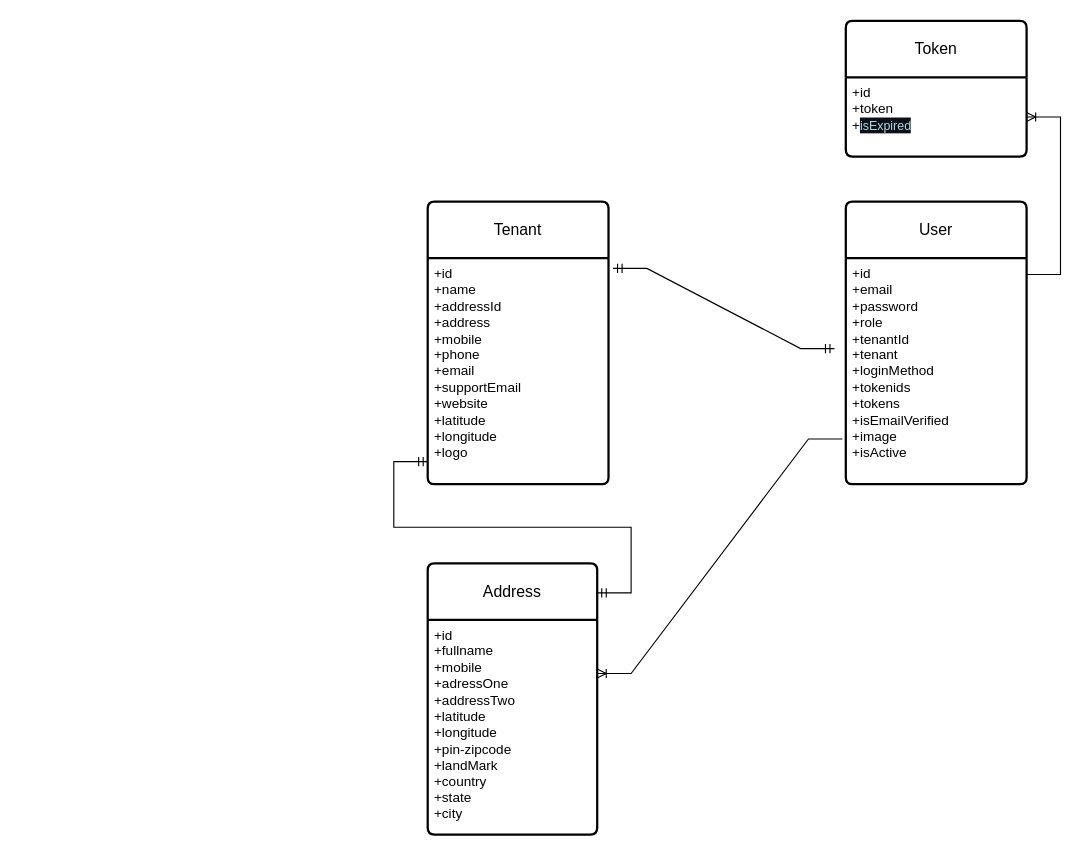
Above: page "ENTITIES" (2 of 2) of tenant_flow.drawio in chathothsandeep/city-workspace (draw.io), before the change. Source tidied: cells renumbered, new cells numbered last; positions are measured from the earlier drawing's top-left corner, leaving out a move shared by most shapes. Both pictures are drawn from the tidied source at 113%, with x=0, y=0 at pixel (427, 20).
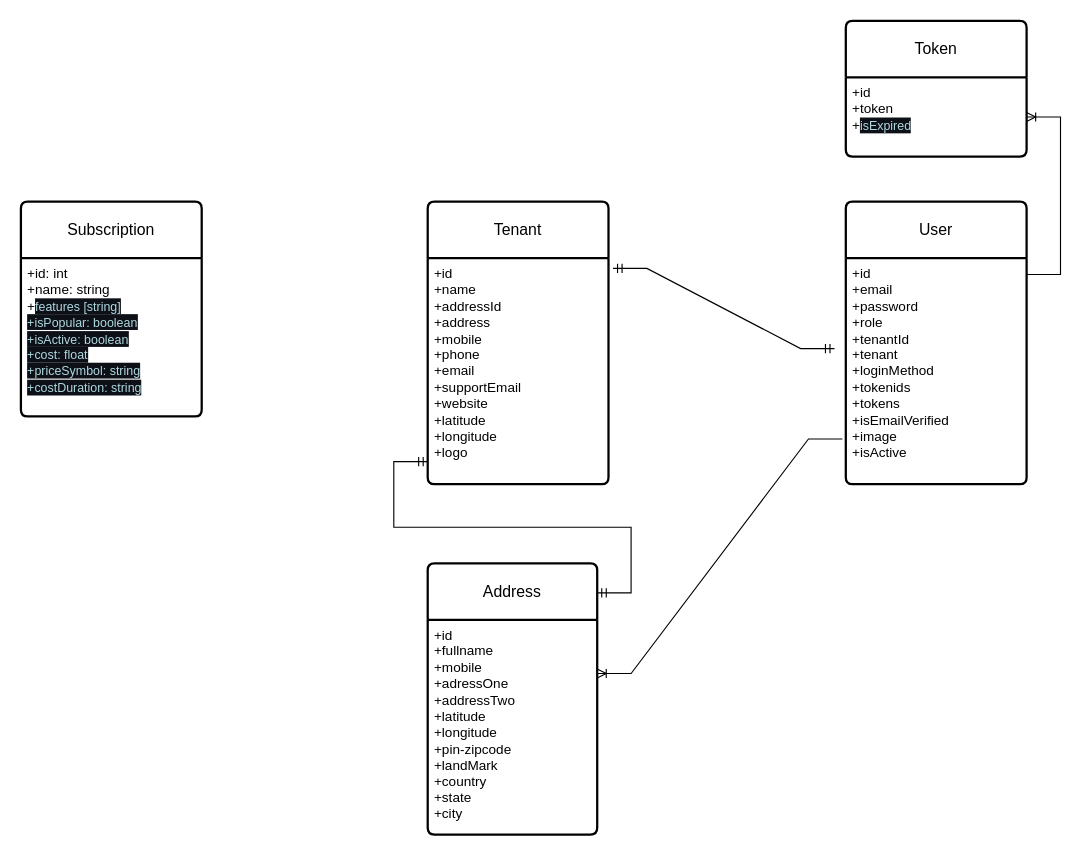
The same diagram, later.

Diff of the diagram source:
```diff
@@
 <mxGraphModel>
   <root>
     <mxCell id="0" />
     <mxCell id="1" parent="0" />
     <mxCell id="2" value="User" style="swimlane;horizontal=1;startSize=50;rounded=1;fontSize=14;fontStyle=0;strokeWidth=2;shadow=0;dashed=0;align=center;arcSize=4;whiteSpace=wrap;html=1;" parent="1" vertex="1">
       <mxGeometry x="370" y="160" width="160" height="250" as="geometry" />
     </mxCell>
     <mxCell id="3" value="+id&lt;div&gt;+email&lt;br&gt;+password&lt;br&gt;+role&lt;div&gt;+tenantId&lt;/div&gt;&lt;div&gt;+tenant&lt;/div&gt;&lt;div&gt;+loginMethod&lt;/div&gt;&lt;div&gt;+tokenids&lt;/div&gt;&lt;div&gt;+tokens&lt;/div&gt;&lt;div&gt;+isEmailVerified&lt;/div&gt;&lt;div&gt;+image&lt;/div&gt;&lt;div&gt;+isActive&lt;/div&gt;&lt;/div&gt;" style="align=left;strokeColor=none;fillColor=none;spacingLeft=4;spacingRight=4;fontSize=12;verticalAlign=top;html=1;whiteSpace=wrap;" parent="2" vertex="1">
       <mxGeometry y="50" width="160" height="200" as="geometry" />
     </mxCell>
     <mxCell id="4" style="edgeStyle=orthogonalEdgeStyle;rounded=0;orthogonalLoop=1;jettySize=auto;html=1;exitX=0.5;exitY=1;exitDx=0;exitDy=0;" parent="2" edge="1" source="3" target="3">
       <mxGeometry relative="1" as="geometry" />
     </mxCell>
     <mxCell id="5" value="Tenant" style="swimlane;horizontal=1;startSize=50;rounded=1;fontSize=14;fontStyle=0;strokeWidth=2;shadow=0;dashed=0;align=center;arcSize=4;whiteSpace=wrap;html=1;" parent="1" vertex="1">
       <mxGeometry y="160" width="160" height="250" as="geometry" />
     </mxCell>
     <mxCell id="6" value="+id&lt;br&gt;+name&lt;br&gt;+addressId&lt;div&gt;+address&lt;/div&gt;&lt;div&gt;+mobile&lt;/div&gt;&lt;div&gt;+phone&lt;/div&gt;&lt;div&gt;+email&lt;/div&gt;&lt;div&gt;+supportEmail&lt;/div&gt;&lt;div&gt;+website&lt;/div&gt;&lt;div&gt;+latitude&lt;/div&gt;&lt;div&gt;+longitude&lt;/div&gt;&lt;div&gt;+logo&lt;/div&gt;" style="align=left;strokeColor=none;fillColor=none;spacingLeft=4;spacingRight=4;fontSize=12;verticalAlign=top;html=1;whiteSpace=wrap;" parent="5" vertex="1">
       <mxGeometry y="50" width="160" height="200" as="geometry" />
     </mxCell>
     <mxCell id="7" style="edgeStyle=entityRelationEdgeStyle;fontSize=12;html=1;endArrow=ERmandOne;startArrow=ERmandOne;rounded=0;exitX=1.025;exitY=0.045;exitDx=0;exitDy=0;exitPerimeter=0;" parent="1" edge="1" source="6">
       <mxGeometry relative="1" as="geometry">
         <mxPoint x="360" y="290" as="targetPoint" />
       </mxGeometry>
     </mxCell>
     <mxCell id="8" value="Token" style="swimlane;horizontal=1;startSize=50;rounded=1;fontSize=14;fontStyle=0;strokeWidth=2;shadow=0;dashed=0;align=center;arcSize=4;whiteSpace=wrap;html=1;" parent="1" vertex="1">
       <mxGeometry x="370" width="160" height="120" as="geometry" />
     </mxCell>
     <mxCell id="9" value="+id&lt;br&gt;+token&lt;br&gt;+&lt;span style=&quot;color: rgb(177, 216, 225); background-color: rgb(13, 17, 23); white-space: pre;&quot;&gt;&lt;font face=&quot;Helvetica&quot; style=&quot;font-size: 11px;&quot;&gt;isExpired&lt;/font&gt;&lt;/span&gt;" style="align=left;strokeColor=none;fillColor=none;spacingLeft=4;spacingRight=4;fontSize=12;verticalAlign=top;html=1;whiteSpace=wrap;" parent="8" vertex="1">
       <mxGeometry y="50" width="160" height="70" as="geometry" />
     </mxCell>
     <mxCell id="10" style="edgeStyle=entityRelationEdgeStyle;fontSize=12;html=1;endArrow=ERoneToMany;rounded=0;exitX=1;exitY=0.072;exitDx=0;exitDy=0;exitPerimeter=0;" parent="1" edge="1" source="3" target="9">
       <mxGeometry relative="1" as="geometry">
         <Array as="points">
           <mxPoint x="1030" y="110" />
         </Array>
       </mxGeometry>
     </mxCell>
     <mxCell id="11" value="Address" style="swimlane;horizontal=1;startSize=50;rounded=1;fontSize=14;fontStyle=0;strokeWidth=2;shadow=0;dashed=0;align=center;arcSize=4;whiteSpace=wrap;html=1;" parent="1" vertex="1">
       <mxGeometry y="480" width="150" height="240" as="geometry" />
     </mxCell>
     <mxCell id="12" value="+id&lt;br&gt;+fullname&lt;div&gt;+mobile&lt;br&gt;+adressOne&lt;div&gt;+addressTwo&lt;/div&gt;&lt;div&gt;+latitude&lt;/div&gt;&lt;div&gt;+longitude&lt;/div&gt;&lt;div&gt;+pin-zipcode&lt;/div&gt;&lt;div&gt;+landMark&lt;/div&gt;&lt;div&gt;+country&lt;/div&gt;&lt;div&gt;+state&lt;/div&gt;&lt;/div&gt;&lt;div&gt;+city&lt;/div&gt;" style="align=left;strokeColor=none;fillColor=none;spacingLeft=4;spacingRight=4;fontSize=12;verticalAlign=top;html=1;whiteSpace=wrap;" parent="11" vertex="1">
       <mxGeometry y="50" width="150" height="190" as="geometry" />
     </mxCell>
     <mxCell id="13" style="edgeStyle=entityRelationEdgeStyle;fontSize=12;html=1;endArrow=ERoneToMany;rounded=0;entryX=1;entryY=0.25;entryDx=0;entryDy=0;exitX=-0.019;exitY=0.8;exitDx=0;exitDy=0;exitPerimeter=0;" parent="1" edge="1" source="3" target="12">
       <mxGeometry relative="1" as="geometry" />
     </mxCell>
     <mxCell id="14" style="edgeStyle=entityRelationEdgeStyle;fontSize=12;html=1;endArrow=ERmandOne;startArrow=ERmandOne;rounded=0;exitX=1;exitY=0.109;exitDx=0;exitDy=0;exitPerimeter=0;" parent="1" edge="1" source="11">
       <mxGeometry relative="1" as="geometry">
         <mxPoint y="390" as="targetPoint" />
       </mxGeometry>
     </mxCell>
+    <mxCell id="15" value="Subscription" style="swimlane;horizontal=1;startSize=50;rounded=1;fontSize=14;fontStyle=0;strokeWidth=2;shadow=0;dashed=0;align=center;arcSize=4;whiteSpace=wrap;html=1;" parent="1" vertex="1">
+      <mxGeometry x="-360" y="160" width="160" height="190" as="geometry" />
+    </mxCell>
+    <mxCell id="16" value="+id: int&lt;br&gt;+name: string&lt;br&gt;+&lt;span style=&quot;color: rgb(177, 216, 225); background-color: rgb(13, 17, 23); white-space: pre;&quot;&gt;&lt;font face=&quot;Helvetica&quot; style=&quot;font-size: 11px;&quot;&gt;features [string]&lt;/font&gt;&lt;/span&gt;&lt;div&gt;&lt;span style=&quot;color: rgb(177, 216, 225); background-color: rgb(13, 17, 23); white-space: pre;&quot;&gt;&lt;font face=&quot;Helvetica&quot; style=&quot;font-size: 11px;&quot;&gt;+isPopular: boolean&lt;/font&gt;&lt;/span&gt;&lt;/div&gt;&lt;div&gt;&lt;span style=&quot;color: rgb(177, 216, 225); background-color: rgb(13, 17, 23); white-space: pre;&quot;&gt;&lt;font face=&quot;Helvetica&quot; style=&quot;font-size: 11px;&quot;&gt;+isActive: boolean&lt;/font&gt;&lt;/span&gt;&lt;/div&gt;&lt;div&gt;&lt;span style=&quot;color: rgb(177, 216, 225); background-color: rgb(13, 17, 23); white-space: pre;&quot;&gt;&lt;font face=&quot;Helvetica&quot; style=&quot;font-size: 11px;&quot;&gt;+cost: float&lt;/font&gt;&lt;/span&gt;&lt;/div&gt;&lt;div&gt;&lt;span style=&quot;color: rgb(177, 216, 225); background-color: rgb(13, 17, 23); white-space: pre;&quot;&gt;&lt;font face=&quot;Helvetica&quot; style=&quot;font-size: 11px;&quot;&gt;+priceSymbol: string&lt;/font&gt;&lt;/span&gt;&lt;/div&gt;&lt;div&gt;&lt;span style=&quot;color: rgb(177, 216, 225); background-color: rgb(13, 17, 23); white-space: pre;&quot;&gt;&lt;font face=&quot;Helvetica&quot; style=&quot;font-size: 11px;&quot;&gt;+costDuration: string&lt;/font&gt;&lt;/span&gt;&lt;/div&gt;" style="align=left;strokeColor=none;fillColor=none;spacingLeft=4;spacingRight=4;fontSize=12;verticalAlign=top;html=1;whiteSpace=wrap;" parent="15" vertex="1">
+      <mxGeometry y="50" width="160" height="140" as="geometry" />
+    </mxCell>
   </root>
 </mxGraphModel>
```
